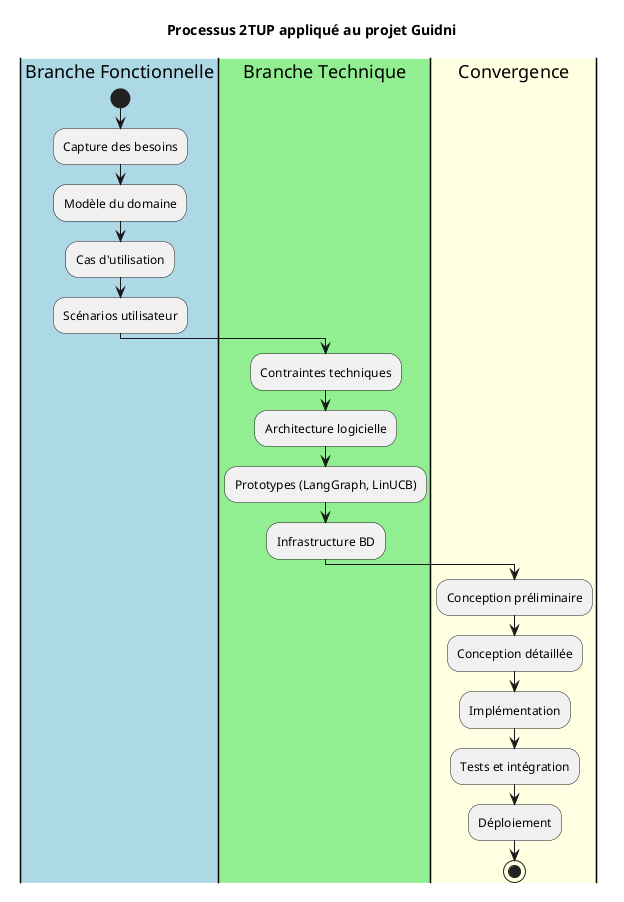
Earlier version of the PlantUML export diagrams/fig_01_2tup_methodology.png (ahmed-addali/rapport).
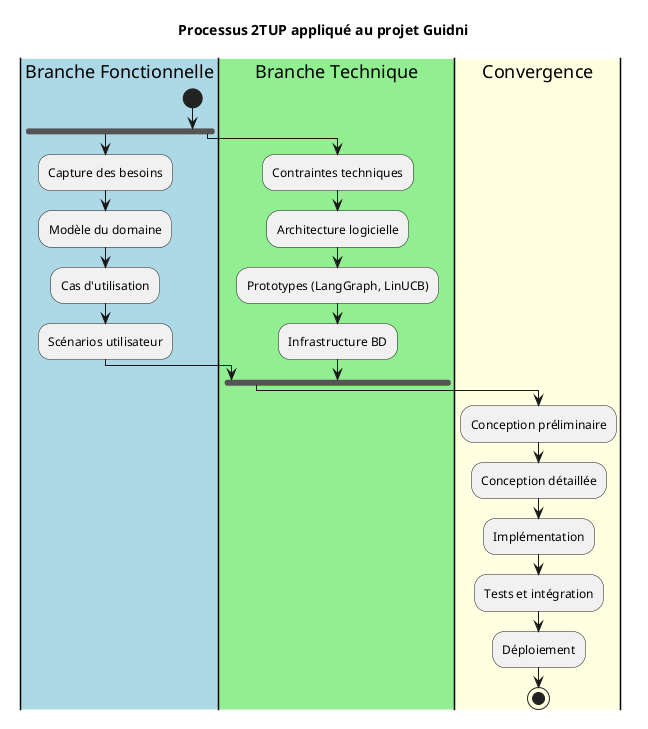
Above is the later version.

The edit, as a diff of the source:
```diff
@@ -1,22 +1,26 @@
 @startuml
 skinparam backgroundColor #FEFEFE
-
 skinparam defaultFontName "Arial"
 
 title Processus 2TUP appliqué au projet Guidni
 
 |#LightBlue|Branche Fonctionnelle|
 start
-:Capture des besoins;
-:Modèle du domaine;
-:Cas d'utilisation;
-:Scénarios utilisateur;
 
-|#LightGreen|Branche Technique|
-:Contraintes techniques;
-:Architecture logicielle;
-:Prototypes (LangGraph, LinUCB);
-:Infrastructure BD;
+fork
+  :Capture des besoins;
+  :Modèle du domaine;
+  :Cas d'utilisation;
+  :Scénarios utilisateur;
+
+fork again
+  |#LightGreen|Branche Technique|
+  :Contraintes techniques;
+  :Architecture logicielle;
+  :Prototypes (LangGraph, LinUCB);
+  :Infrastructure BD;
+
+end fork
 
 |#LightYellow|Convergence|
 :Conception préliminaire;
```
